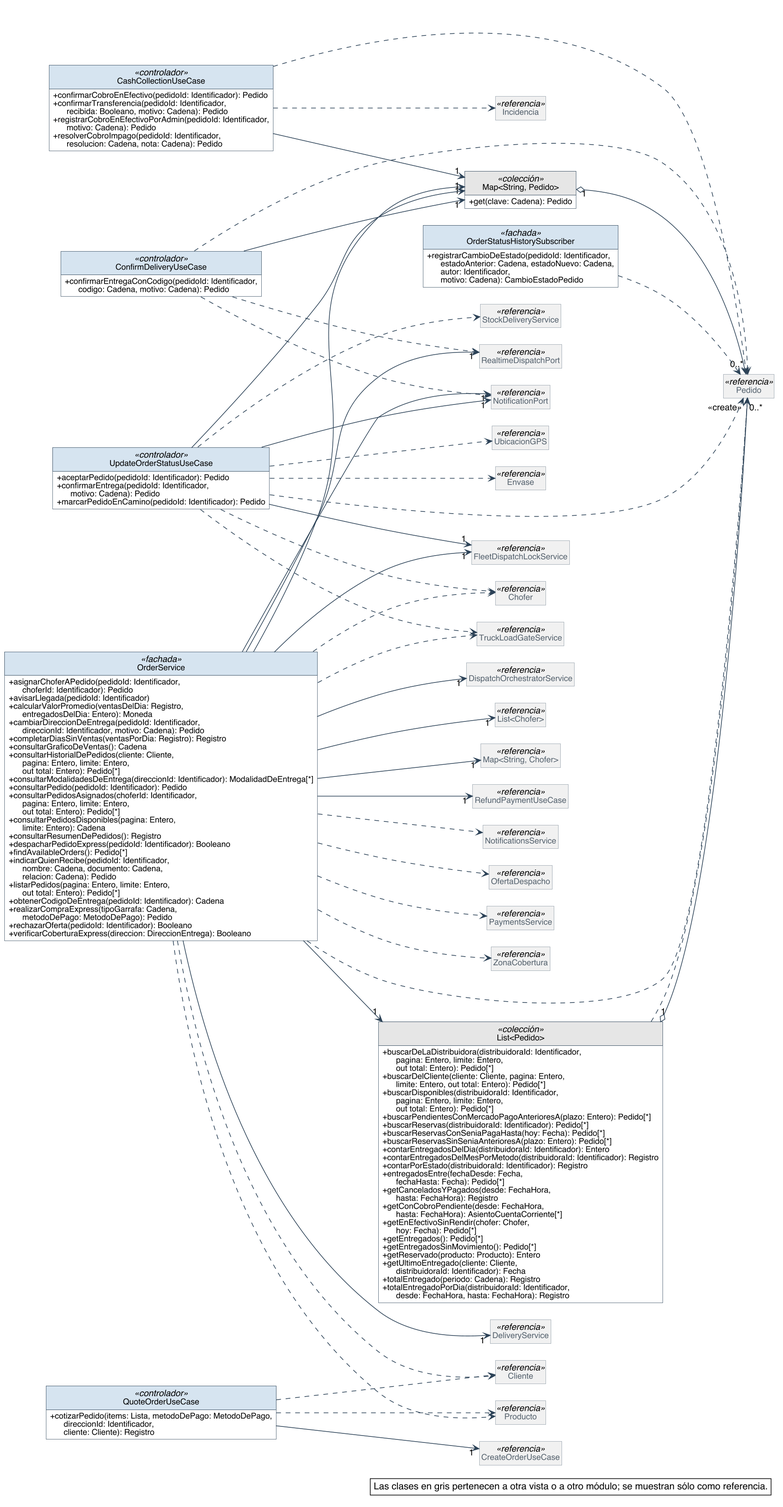
Nahuelito-Dev/splg-docs keeps this PlantUML diagram as diagramas/clases-diseno/DC_Mod_Pedidos-estado.png. Above is the earlier version.
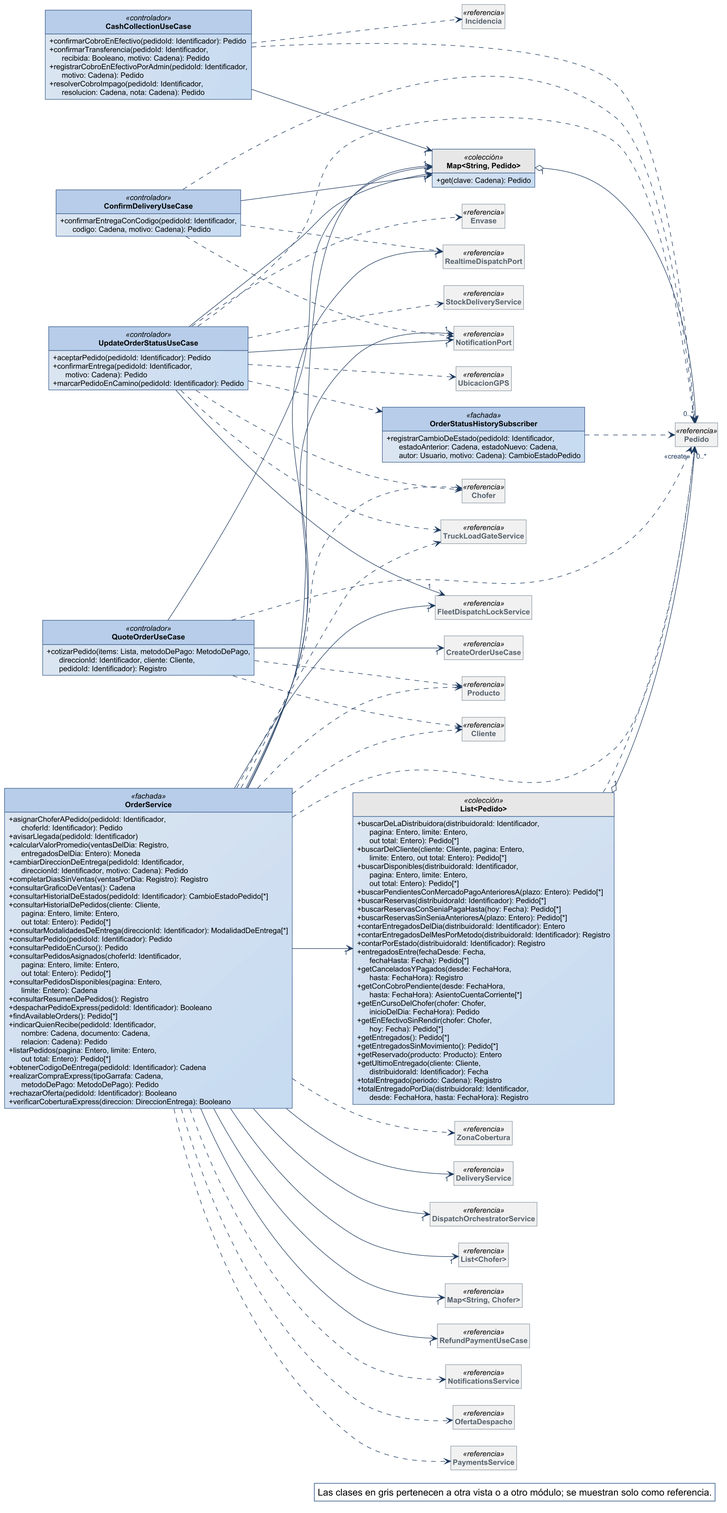
Later version of the same file.

Change to the diagram source:
```diff
@@ -1,59 +1,29 @@
 @startuml
-skinparam backgroundColor #FFFFFF
-skinparam shadowing false
-skinparam defaultFontName Helvetica
-skinparam defaultFontSize 13
-skinparam dpi 150
+!include ../estilo-vp.iuml
 skinparam nodesep 40
 skinparam ranksep 55
-skinparam classAttributeIconSize 0
-skinparam roundCorner 0
 skinparam genericDisplay old
-skinparam class {
-  BorderColor #2C4257
-  BackgroundColor #FFFFFF
-  ArrowColor #2C4257
-  FontSize 14
-  AttributeFontSize 12
-  HeaderBackgroundColor #E8EEF3
-}
 skinparam class<<referencia>> {
   BackgroundColor #F1F1F1
   BorderColor #8A97A3
   FontColor #55616C
 }
 skinparam class<<fachada>> {
-  HeaderBackgroundColor #D6E4F0
+  HeaderBackgroundColor #B7CDE8
 }
 skinparam class<<controlador>> {
-  HeaderBackgroundColor #D6E4F0
+  HeaderBackgroundColor #B7CDE8
 }
 skinparam class<<fabricación pura>> {
-  HeaderBackgroundColor #F3E9CF
+  HeaderBackgroundColor #E4ECF6
 }
 skinparam class<<colección>> {
   HeaderBackgroundColor #E6E6E6
 }
 skinparam class<<adaptador>> {
-  HeaderBackgroundColor #DCEBDD
-}
-skinparam interface {
-  BorderColor #2C4257
-  BackgroundColor #FFFFFF
-  HeaderBackgroundColor #DCEBDD
-  FontSize 14
-  AttributeFontSize 12
-}
-skinparam note {
-  BackgroundColor #FFFFFF
-  BorderColor #2C4257
+  HeaderBackgroundColor #D5E3F3
 }
 skinparam packageStyle rectangle
-skinparam package {
-  BorderColor #8A97A3
-  FontSize 13
-  FontColor #55616C
-}
 hide circle
 hide empty members
 
@@ -67,9 +37,11 @@
   + cambiarDireccionDeEntrega(pedidoId: Identificador,\n      direccionId: Identificador, motivo: Cadena): Pedido
   + completarDiasSinVentas(ventasPorDia: Registro): Registro
   + consultarGraficoDeVentas(): Cadena
+  + consultarHistorialDeEstados(pedidoId: Identificador): CambioEstadoPedido[*]
   + consultarHistorialDePedidos(cliente: Cliente,\n      pagina: Entero, limite: Entero,\n      out total: Entero): Pedido[*]
   + consultarModalidadesDeEntrega(direccionId: Identificador): ModalidadDeEntrega[*]
   + consultarPedido(pedidoId: Identificador): Pedido
+  + consultarPedidoEnCurso(): Pedido
   + consultarPedidosAsignados(choferId: Identificador,\n      pagina: Entero, limite: Entero,\n      out total: Entero): Pedido[*]
   + consultarPedidosDisponibles(pagina: Entero,\n      limite: Entero): Cadena
   + consultarResumenDePedidos(): Registro
@@ -97,10 +69,10 @@
   + resolverCobroImpago(pedidoId: Identificador,\n      resolucion: Cadena, nota: Cadena): Pedido
 }
 class QuoteOrderUseCase <<controlador>> {
-  + cotizarPedido(items: Lista, metodoDePago: MetodoDePago,\n      direccionId: Identificador,\n      cliente: Cliente): Registro
+  + cotizarPedido(items: Lista, metodoDePago: MetodoDePago,\n      direccionId: Identificador, cliente: Cliente,\n      pedidoId: Identificador): Registro
 }
 class OrderStatusHistorySubscriber <<fachada>> {
-  + registrarCambioDeEstado(pedidoId: Identificador,\n      estadoAnterior: Cadena, estadoNuevo: Cadena,\n      autor: Identificador,\n      motivo: Cadena): CambioEstadoPedido
+  + registrarCambioDeEstado(pedidoId: Identificador,\n      estadoAnterior: Cadena, estadoNuevo: Cadena,\n      autor: Usuario, motivo: Cadena): CambioEstadoPedido
 }
 class "Map<String, Pedido>" as Map_String_Pedido <<colección>> {
   + get(clave: Cadena): Pedido
@@ -119,6 +91,7 @@
   + entregadosEntre(fechaDesde: Fecha,\n      fechaHasta: Fecha): Pedido[*]
   + getCanceladosYPagados(desde: FechaHora,\n      hasta: FechaHora): Registro
   + getConCobroPendiente(desde: FechaHora,\n      hasta: FechaHora): AsientoCuentaCorriente[*]
+  + getEnCursoDelChofer(chofer: Chofer,\n      inicioDelDia: FechaHora): Pedido
   + getEnEfectivoSinRendir(chofer: Chofer,\n      hoy: Fecha): Pedido[*]
   + getEntregados(): Pedido[*]
   + getEntregadosSinMovimiento(): Pedido[*]
@@ -165,6 +138,7 @@
 OrderService --> "1" RealtimeDispatchPort
 OrderService --> "1" RefundPaymentUseCase
 QuoteOrderUseCase --> "1" CreateOrderUseCase
+QuoteOrderUseCase --> "1" Map_String_Pedido
 UpdateOrderStatusUseCase --> "1" FleetDispatchLockService
 UpdateOrderStatusUseCase --> "1" Map_String_Pedido
 UpdateOrderStatusUseCase --> "1" NotificationPort
@@ -185,15 +159,17 @@
 OrderService ..> ZonaCobertura
 OrderStatusHistorySubscriber ..> Pedido
 QuoteOrderUseCase ..> Cliente
+QuoteOrderUseCase ..> Pedido
 QuoteOrderUseCase ..> Producto
 UpdateOrderStatusUseCase ..> Chofer
 UpdateOrderStatusUseCase ..> Envase
+UpdateOrderStatusUseCase ..> OrderStatusHistorySubscriber
 UpdateOrderStatusUseCase ..> Pedido
 UpdateOrderStatusUseCase ..> StockDeliveryService
 UpdateOrderStatusUseCase ..> TruckLoadGateService
 UpdateOrderStatusUseCase ..> UbicacionGPS
 
 legend bottom right
-  Las clases en gris pertenecen a otra vista o a otro módulo; se muestran sólo como referencia.
+  Las clases en gris pertenecen a otra vista o a otro módulo; se muestran solo como referencia.
 endlegend
 @enduml
```
